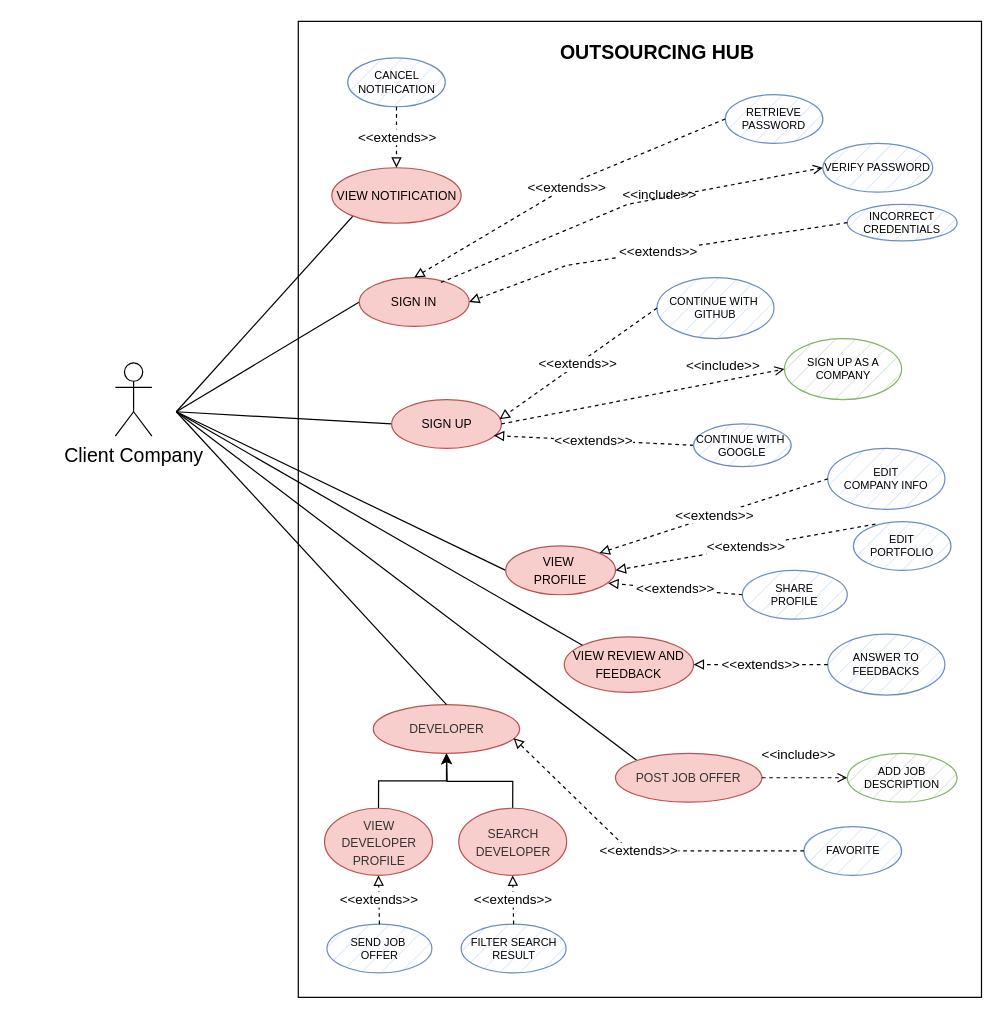
Earlier version of the draw.io diagram use_cases/use_cases_company.drawio (mattiadanisi00/ids). Source tidied: cells renumbered, new cells numbered last; positions are measured from the earlier drawing's top-left corner, leaving out a move shared by most shapes. Both pictures are drawn from the tidied source at 122%, with x=0, y=0 at pixel (115, 21).
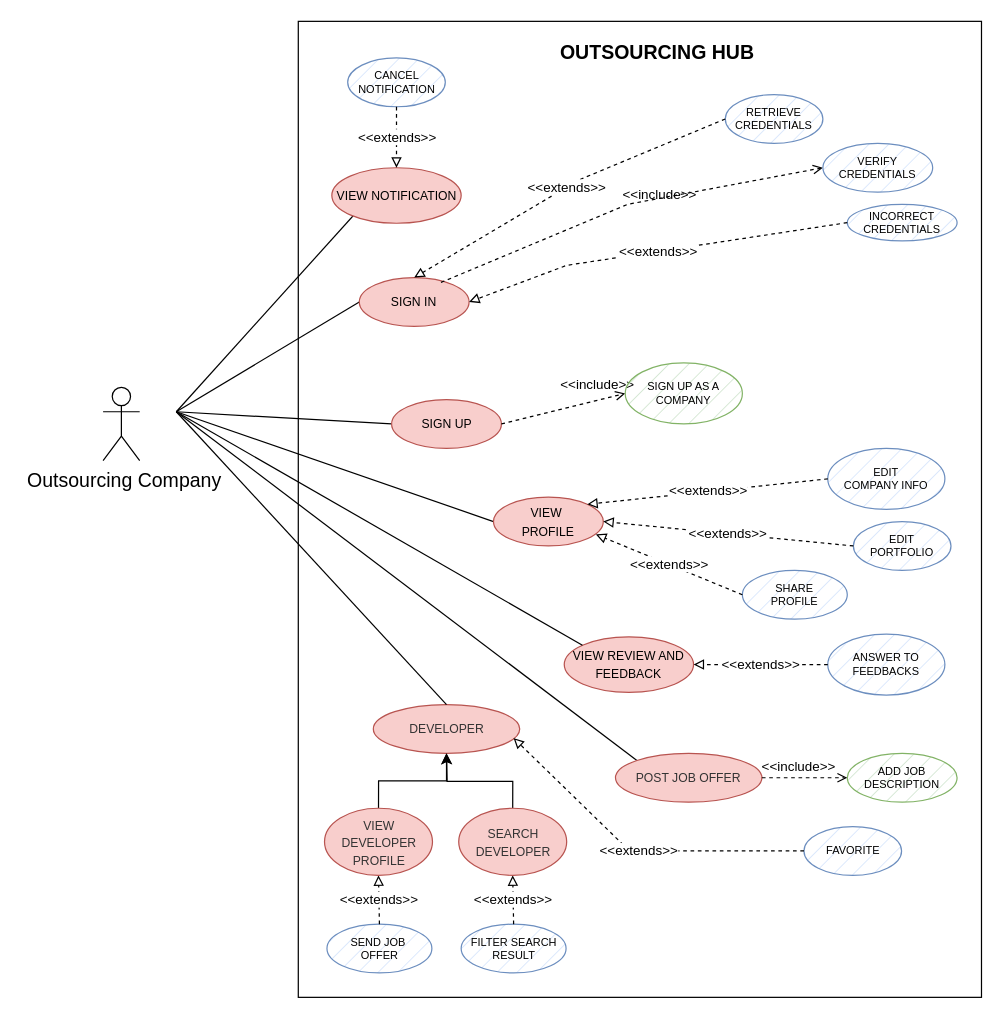
Above is the later version.

The change refers to these unchanged cells:
```xml
<mxCell id="11" value="&lt;font style=&quot;font-size: 10px;&quot;&gt;SIGN UP&lt;/font&gt;" style="ellipse;whiteSpace=wrap;html=1;fillColor=#f8cecc;strokeColor=#b85450;" parent="1" vertex="1">
  <mxGeometry x="226.5" y="310" width="90" height="40" as="geometry" />
</mxCell>
<mxCell id="16" value="&lt;font style=&quot;font-size: 9px;&quot;&gt;EDIT&lt;br style=&quot;font-size: 9px;&quot;&gt;PORTFOLIO&lt;br style=&quot;font-size: 9px;&quot;&gt;&lt;/font&gt;" style="ellipse;whiteSpace=wrap;html=1;fillColor=#dae8fc;strokeColor=#6c8ebf;fontSize=9;strokeWidth=1;fillStyle=hatch;" parent="1" vertex="1">
  <mxGeometry x="605" y="410" width="80" height="40" as="geometry" />
</mxCell>
<mxCell id="32" value="&lt;font size=&quot;1&quot; color=&quot;#333333&quot;&gt;POST JOB OFFER&lt;/font&gt;" style="ellipse;whiteSpace=wrap;html=1;fillColor=#f8cecc;strokeColor=#b85450;" parent="1" vertex="1">
  <mxGeometry x="410" y="600" width="120" height="40" as="geometry" />
</mxCell>
<mxCell id="33" value="&lt;font style=&quot;font-size: 9px;&quot;&gt;ADD JOB&lt;br&gt;DESCRIPTION&lt;br style=&quot;font-size: 9px;&quot;&gt;&lt;/font&gt;" style="ellipse;whiteSpace=wrap;html=1;fillColor=#d5e8d4;strokeColor=#82b366;fontSize=9;strokeWidth=1;fillStyle=hatch;" parent="1" vertex="1">
  <mxGeometry x="600" y="600" width="90" height="40" as="geometry" />
</mxCell>
```

What changed in the source:
```diff
@@
-    <mxCell id="7" value="Client Company" style="shape=umlActor;verticalLabelPosition=bottom;verticalAlign=top;html=1;fontSize=16;" parent="1" vertex="1">
-      <mxGeometry y="280" width="30" height="60" as="geometry" />
+    <mxCell id="7" value="&amp;nbsp;Outsourcing Company" style="shape=umlActor;verticalLabelPosition=bottom;verticalAlign=top;html=1;fontSize=16;" parent="1" vertex="1">
+      <mxGeometry x="-10" y="300" width="30" height="60" as="geometry" />
     </mxCell>
@@
     <mxCell id="12" value="&lt;font style=&quot;font-size: 10px;&quot;&gt;VIEW&amp;nbsp;&lt;br&gt;PROFILE&lt;/font&gt;" style="ellipse;whiteSpace=wrap;html=1;fillColor=#f8cecc;strokeColor=#b85450;" parent="1" vertex="1">
-      <mxGeometry x="320" y="430" width="90" height="40" as="geometry" />
+      <mxGeometry x="310" y="390" width="90" height="40" as="geometry" />
     </mxCell>
@@
-    <mxCell id="14" value="&lt;font style=&quot;font-size: 9px;&quot;&gt;RETRIEVE&lt;br style=&quot;font-size: 9px;&quot;&gt;PASSWORD&lt;/font&gt;" style="ellipse;whiteSpace=wrap;html=1;fillColor=#dae8fc;strokeColor=#6c8ebf;fontSize=9;strokeWidth=1;fillStyle=hatch;" parent="1" vertex="1">
+    <mxCell id="14" value="&lt;font style=&quot;font-size: 9px;&quot;&gt;RETRIEVE&lt;br style=&quot;font-size: 9px;&quot;&gt;CREDENTIALS&lt;/font&gt;" style="ellipse;whiteSpace=wrap;html=1;fillColor=#dae8fc;strokeColor=#6c8ebf;fontSize=9;strokeWidth=1;fillStyle=hatch;" parent="1" vertex="1">
       <mxGeometry x="500" y="60" width="80" height="40" as="geometry" />
     </mxCell>
@@
-    <mxCell id="18" value="&amp;lt;&amp;lt;extends&amp;gt;&amp;gt;" style="endArrow=block;endFill=0;html=1;rounded=0;dashed=1;exitX=0.226;exitY=0.053;exitDx=0;exitDy=0;exitPerimeter=0;" parent="1" edge="1" source="16">
-      <mxGeometry relative="1" as="geometry">
-        <mxPoint x="410" y="450" as="targetPoint" />
-      </mxGeometry>
+    <mxCell id="18" value="&amp;lt;&amp;lt;extends&amp;gt;&amp;gt;" style="endArrow=block;endFill=0;html=1;rounded=0;dashed=1;exitX=0;exitY=0.5;exitDx=0;exitDy=0;entryX=1;entryY=0.5;entryDx=0;entryDy=0;" parent="1" edge="1" source="16" target="12">
+      <mxGeometry relative="1" as="geometry" />
     </mxCell>
-    <mxCell id="19" value="&amp;lt;&amp;lt;extends&amp;gt;&amp;gt;" style="endArrow=block;endFill=0;html=1;rounded=0;dashed=1;exitX=0;exitY=0.5;exitDx=0;exitDy=0;entryX=0.93;entryY=0.738;entryDx=0;entryDy=0;entryPerimeter=0;" parent="1" edge="1" source="20" target="11">
-      <mxGeometry relative="1" as="geometry" />
-    </mxCell>
-    <mxCell id="20" value="&lt;font style=&quot;font-size: 9px;&quot;&gt;CONTINUE WITH&amp;nbsp;&lt;br style=&quot;font-size: 9px;&quot;&gt;GOOGLE&lt;br style=&quot;font-size: 9px;&quot;&gt;&lt;/font&gt;" style="ellipse;whiteSpace=wrap;html=1;fillColor=#dae8fc;strokeColor=#6c8ebf;fontSize=9;strokeWidth=1;fillStyle=hatch;" parent="1" vertex="1">
-      <mxGeometry x="474" y="330" width="80" height="35" as="geometry" />
-    </mxCell>
-    <mxCell id="21" value="&lt;font style=&quot;font-size: 9px;&quot;&gt;CONTINUE WITH&amp;nbsp;&lt;br style=&quot;font-size: 9px;&quot;&gt;GITHUB&lt;br style=&quot;font-size: 9px;&quot;&gt;&lt;/font&gt;" style="ellipse;whiteSpace=wrap;html=1;fillColor=#dae8fc;strokeColor=#6c8ebf;fontSize=9;strokeWidth=1;fillStyle=hatch;" parent="1" vertex="1">
-      <mxGeometry x="444" y="210" width="96" height="50" as="geometry" />
-    </mxCell>
-    <mxCell id="22" value="&amp;lt;&amp;lt;extends&amp;gt;&amp;gt;" style="endArrow=block;endFill=0;html=1;rounded=0;dashed=1;exitX=0;exitY=0.5;exitDx=0;exitDy=0;entryX=0.982;entryY=0.404;entryDx=0;entryDy=0;entryPerimeter=0;" parent="1" edge="1" source="21" target="11">
-      <mxGeometry relative="1" as="geometry" />
-    </mxCell>
@@
-    <mxCell id="24" value="&lt;font style=&quot;font-size: 9px;&quot;&gt;VERIFY PASSWORD&lt;/font&gt;" style="ellipse;whiteSpace=wrap;html=1;fillColor=#dae8fc;strokeColor=#6c8ebf;fontSize=9;strokeWidth=1;fillStyle=hatch;" parent="1" vertex="1">
+    <mxCell id="24" value="&lt;font style=&quot;font-size: 9px;&quot;&gt;VERIFY CREDENTIALS&lt;/font&gt;" style="ellipse;whiteSpace=wrap;html=1;fillColor=#dae8fc;strokeColor=#6c8ebf;fontSize=9;strokeWidth=1;fillStyle=hatch;" parent="1" vertex="1">
       <mxGeometry x="580" y="100" width="90" height="40" as="geometry" />
     </mxCell>
@@
     <mxCell id="30" value="&lt;font style=&quot;font-size: 9px;&quot;&gt;SIGN UP AS A COMPANY&lt;br style=&quot;font-size: 9px;&quot;&gt;&lt;/font&gt;" style="ellipse;whiteSpace=wrap;html=1;fillColor=#d5e8d4;strokeColor=#82b366;fontSize=9;strokeWidth=1;fillStyle=hatch;" parent="1" vertex="1">
-      <mxGeometry x="548.5" y="260" width="96" height="50" as="geometry" />
+      <mxGeometry x="418" y="280" width="96" height="50" as="geometry" />
     </mxCell>
@@
     <mxCell id="34" value="&amp;lt;&amp;lt;include&amp;gt;&amp;gt;" style="html=1;verticalAlign=bottom;labelBackgroundColor=none;endArrow=open;endFill=0;dashed=1;rounded=0;exitX=1;exitY=0.5;exitDx=0;exitDy=0;entryX=0;entryY=0.5;entryDx=0;entryDy=0;" parent="1" edge="1" source="32" target="33">
-      <mxGeometry x="-0.13" y="10" relative="1" as="geometry" />
+      <mxGeometry x="-0.14" relative="1" as="geometry" />
     </mxCell>
```
